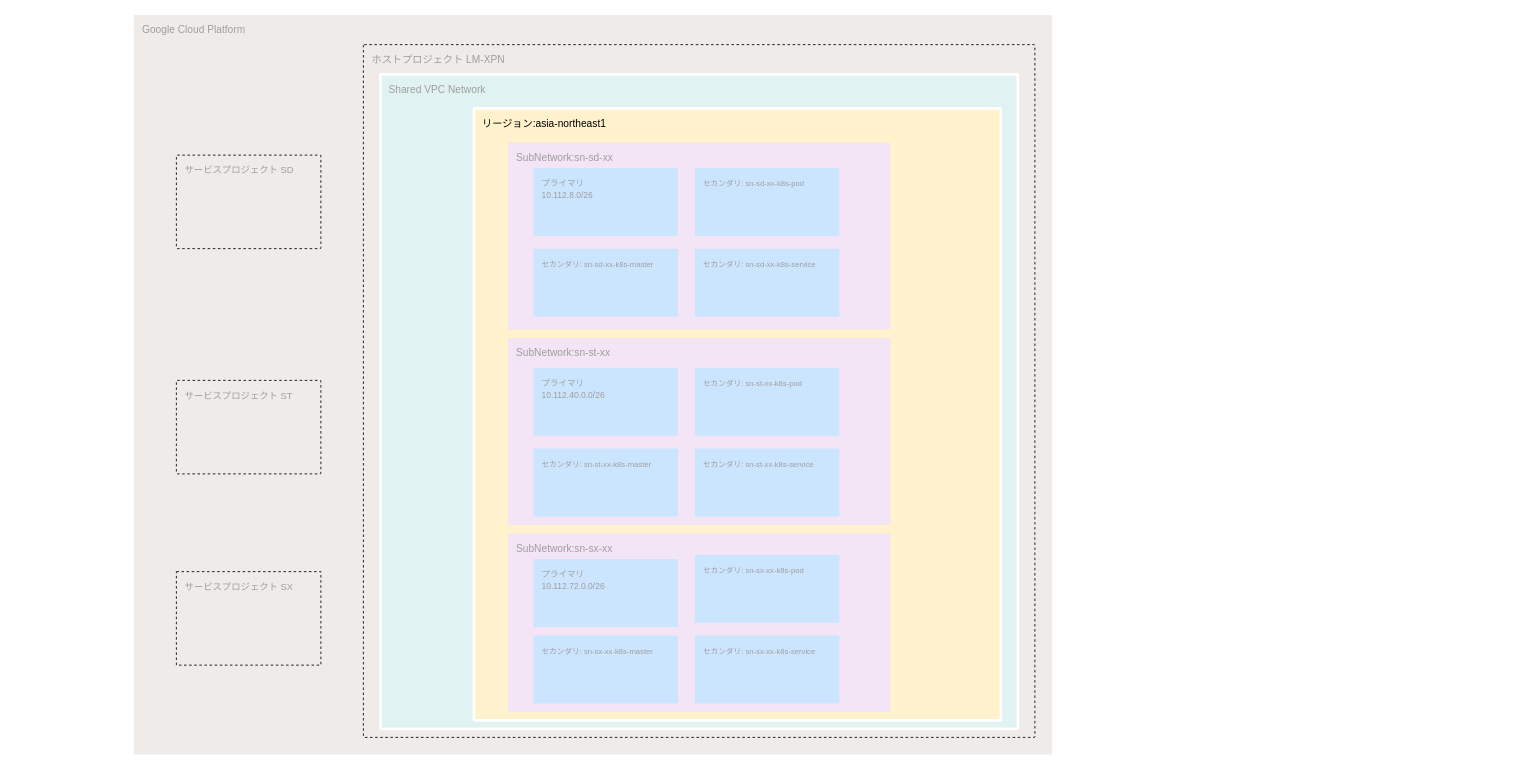
The draw.io diagram page "Diagram" (2 of 2) of Untitled Diagram.drawio in sorisim/diagram, before the edit. Source tidied: cells renumbered, new cells numbered last; positions are measured from the earlier drawing's top-left corner, leaving out a move shared by most shapes. Both pictures are drawn from the tidied source at 85%, with x=0, y=0 at pixel (133, 14).
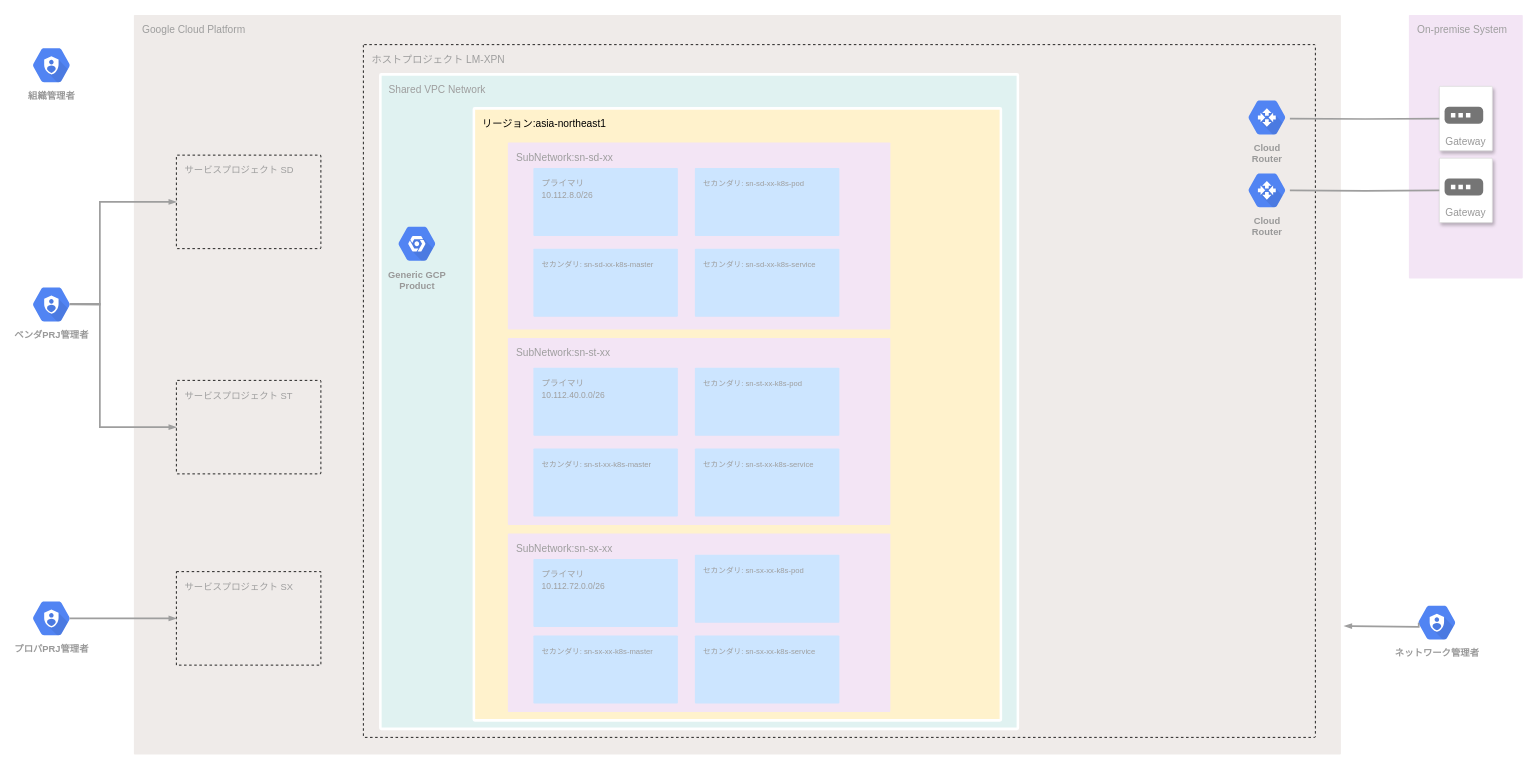
The same page after the edit.

The change refers to these unchanged cells:
```xml
<mxCell id="9" value="&lt;font style=&quot;font-size: 11px&quot;&gt;サービスプロジェクト SD&lt;/font&gt;" style="points=[[0,0,0],[0.25,0,0],[0.5,0,0],[0.75,0,0],[1,0,0],[1,0.25,0],[1,0.5,0],[1,0.75,0],[1,1,0],[0.75,1,0],[0.5,1,0],[0.25,1,0],[0,1,0],[0,0.75,0],[0,0.5,0],[0,0.25,0]];rounded=1;absoluteArcSize=1;arcSize=2;html=1;gradientColor=none;shadow=0;dashed=1;fontSize=12;fontColor=#9E9E9E;align=left;verticalAlign=top;spacing=10;spacingTop=-4;fillColor=none;" parent="1" vertex="1">
  <mxGeometry x="50" y="165" width="170" height="110" as="geometry" />
</mxCell>
<mxCell id="10" value="&lt;font style=&quot;font-size: 11px&quot;&gt;サービスプロジェクト ST&lt;/font&gt;" style="points=[[0,0,0],[0.25,0,0],[0.5,0,0],[0.75,0,0],[1,0,0],[1,0.25,0],[1,0.5,0],[1,0.75,0],[1,1,0],[0.75,1,0],[0.5,1,0],[0.25,1,0],[0,1,0],[0,0.75,0],[0,0.5,0],[0,0.25,0]];rounded=1;absoluteArcSize=1;arcSize=2;html=1;gradientColor=none;shadow=0;dashed=1;fontSize=12;fontColor=#9E9E9E;align=left;verticalAlign=top;spacing=10;spacingTop=-4;fillColor=none;" parent="1" vertex="1">
  <mxGeometry x="50" y="430" width="170" height="110" as="geometry" />
</mxCell>
<mxCell id="11" value="&lt;font style=&quot;font-size: 11px&quot;&gt;サービスプロジェクト SX&lt;/font&gt;" style="points=[[0,0,0],[0.25,0,0],[0.5,0,0],[0.75,0,0],[1,0,0],[1,0.25,0],[1,0.5,0],[1,0.75,0],[1,1,0],[0.75,1,0],[0.5,1,0],[0.25,1,0],[0,1,0],[0,0.75,0],[0,0.5,0],[0,0.25,0]];rounded=0;absoluteArcSize=1;arcSize=28;html=1;gradientColor=none;shadow=0;dashed=1;fontSize=12;fontColor=#9E9E9E;align=left;verticalAlign=top;spacing=10;spacingTop=-4;fillColor=none;" parent="1" vertex="1">
  <mxGeometry x="50" y="655" width="170" height="110" as="geometry" />
</mxCell>
```

Diff of the diagram source:
```diff
@@
     <mxCell id="2" value="Google Cloud Platform" style="rounded=1;absoluteArcSize=1;arcSize=2;html=1;strokeColor=none;gradientColor=none;shadow=0;dashed=0;fontSize=12;fontColor=#9E9E9E;align=left;verticalAlign=top;spacing=10;spacingTop=-4;fillColor=#EFEBE9;" parent="1" vertex="1">
-      <mxGeometry width="1080" height="870" as="geometry" />
+      <mxGeometry width="1420" height="870" as="geometry" />
     </mxCell>
     <mxCell id="3" value="ホストプロジェクト LM-XPN" style="rounded=1;absoluteArcSize=1;arcSize=2;html=1;gradientColor=none;shadow=0;dashed=1;fontSize=12;fontColor=#9E9E9E;align=left;verticalAlign=top;spacing=10;spacingTop=-4;fillColor=none;" parent="1" vertex="1">
-      <mxGeometry x="270" y="35" width="790" height="815" as="geometry" />
+      <mxGeometry x="270" y="35" width="1120" height="815" as="geometry" />
     </mxCell>
@@
+    <mxCell id="24" value="Generic GCP&#10;Product" style="html=1;fillColor=#5184F3;strokeColor=none;verticalAlign=top;labelPosition=center;verticalLabelPosition=bottom;align=center;spacingTop=-6;fontSize=11;fontStyle=1;fontColor=#999999;shape=mxgraph.gcp2.hexIcon;prIcon=placeholder;" parent="1" vertex="1">
+      <mxGeometry x="300" y="240" width="66" height="58.5" as="geometry" />
+    </mxCell>
+    <mxCell id="25" value="組織管理者" style="html=1;fillColor=#5184F3;strokeColor=none;verticalAlign=top;labelPosition=center;verticalLabelPosition=bottom;align=center;spacingTop=-6;fontSize=11;fontStyle=1;fontColor=#999999;shape=mxgraph.gcp2.hexIcon;prIcon=cloud_iam;" parent="1" vertex="1">
+      <mxGeometry x="-130" y="30" width="66" height="58.5" as="geometry" />
+    </mxCell>
+    <mxCell id="26" value="ベンダPRJ管理者" style="html=1;fillColor=#5184F3;strokeColor=none;verticalAlign=top;labelPosition=center;verticalLabelPosition=bottom;align=center;spacingTop=-6;fontSize=11;fontStyle=1;fontColor=#999999;shape=mxgraph.gcp2.hexIcon;prIcon=cloud_iam;" parent="1" vertex="1">
+      <mxGeometry x="-130" y="311.5" width="66" height="58.5" as="geometry" />
+    </mxCell>
+    <mxCell id="27" value="プロパPRJ管理者" style="html=1;fillColor=#5184F3;strokeColor=none;verticalAlign=top;labelPosition=center;verticalLabelPosition=bottom;align=center;spacingTop=-6;fontSize=11;fontStyle=1;fontColor=#999999;shape=mxgraph.gcp2.hexIcon;prIcon=cloud_iam;" parent="1" vertex="1">
+      <mxGeometry x="-130" y="680.8" width="66" height="58.5" as="geometry" />
+    </mxCell>
+    <mxCell id="28" value="ネットワーク管理者" style="html=1;fillColor=#5184F3;strokeColor=none;verticalAlign=top;labelPosition=center;verticalLabelPosition=bottom;align=center;spacingTop=-6;fontSize=11;fontStyle=1;fontColor=#999999;shape=mxgraph.gcp2.hexIcon;prIcon=cloud_iam;" parent="1" vertex="1">
+      <mxGeometry x="1500" y="685.8" width="66" height="58.5" as="geometry" />
+    </mxCell>
+    <mxCell id="29" style="edgeStyle=orthogonalEdgeStyle;fontSize=12;html=1;endArrow=blockThin;endFill=1;rounded=0;strokeWidth=2;endSize=4;startSize=4;dashed=0;strokeColor=#9E9E9E;entryX=0;entryY=0.5;entryDx=0;entryDy=0;entryPerimeter=0;exitX=0.825;exitY=0.5;exitDx=0;exitDy=0;exitPerimeter=0;" parent="1" edge="1" source="27" target="11">
+      <mxGeometry relative="1" as="geometry">
+        <Array as="points">
+          <mxPoint x="10" y="710" />
+          <mxPoint x="10" y="710" />
+        </Array>
+      </mxGeometry>
+    </mxCell>
+    <mxCell id="30" style="edgeStyle=orthogonalEdgeStyle;fontSize=12;html=1;endArrow=blockThin;endFill=1;rounded=0;strokeWidth=2;endSize=4;startSize=4;dashed=0;strokeColor=#9E9E9E;entryX=0;entryY=0.5;entryDx=0;entryDy=0;entryPerimeter=0;exitX=0.825;exitY=0.5;exitDx=0;exitDy=0;exitPerimeter=0;" parent="1" edge="1" target="10">
+      <mxGeometry relative="1" as="geometry">
+        <mxPoint x="-75.5" y="340.1" as="sourcePoint" />
+        <Array as="points">
+          <mxPoint x="-40" y="340" />
+          <mxPoint x="-40" y="485" />
+        </Array>
+      </mxGeometry>
+    </mxCell>
+    <mxCell id="31" style="edgeStyle=orthogonalEdgeStyle;fontSize=12;html=1;endArrow=blockThin;endFill=1;rounded=0;strokeWidth=2;endSize=4;startSize=4;dashed=0;strokeColor=#9E9E9E;entryX=0;entryY=0.5;entryDx=0;entryDy=0;entryPerimeter=0;exitX=0.825;exitY=0.5;exitDx=0;exitDy=0;exitPerimeter=0;" parent="1" edge="1" source="26" target="9">
+      <mxGeometry relative="1" as="geometry">
+        <Array as="points">
+          <mxPoint x="-40" y="341" />
+          <mxPoint x="-40" y="220" />
+        </Array>
+      </mxGeometry>
+    </mxCell>
+    <mxCell id="32" value="Cloud&#10;Router" style="html=1;fillColor=#5184F3;strokeColor=none;verticalAlign=top;labelPosition=center;verticalLabelPosition=bottom;align=center;spacingTop=-6;fontSize=11;fontStyle=1;fontColor=#999999;shape=mxgraph.gcp2.hexIcon;prIcon=cloud_router;" parent="1" vertex="1">
+      <mxGeometry x="1300" y="91.5" width="66" height="58.5" as="geometry" />
+    </mxCell>
+    <mxCell id="33" style="edgeStyle=orthogonalEdgeStyle;fontSize=12;html=1;endArrow=blockThin;endFill=1;rounded=0;strokeWidth=2;endSize=4;startSize=4;dashed=0;strokeColor=#9E9E9E;exitX=0.175;exitY=0.5;exitDx=0;exitDy=0;exitPerimeter=0;" parent="1" edge="1" source="28">
+      <mxGeometry relative="1" as="geometry">
+        <mxPoint x="1424" y="719" as="targetPoint" />
+        <Array as="points">
+          <mxPoint x="1512" y="720" />
+          <mxPoint x="1424" y="720" />
+        </Array>
+      </mxGeometry>
+    </mxCell>
+    <mxCell id="34" value="On-premise System" style="rounded=1;absoluteArcSize=1;arcSize=2;html=1;strokeColor=none;gradientColor=none;shadow=0;dashed=0;fontSize=12;fontColor=#9E9E9E;align=left;verticalAlign=top;spacing=10;spacingTop=-4;fillColor=#F3E5F5;" parent="1" vertex="1">
+      <mxGeometry x="1500" width="134" height="310" as="geometry" />
+    </mxCell>
+    <mxCell id="35" value="Gateway" style="strokeColor=#dddddd;shadow=1;strokeWidth=1;rounded=1;absoluteArcSize=1;arcSize=2;labelPosition=center;verticalLabelPosition=middle;align=center;verticalAlign=bottom;spacingLeft=0;fontColor=#999999;fontSize=12;whiteSpace=wrap;spacingBottom=2;" parent="1" vertex="1">
+      <mxGeometry x="1535.8" y="84.1" width="62.4" height="75.8" as="geometry" />
+    </mxCell>
+    <mxCell id="36" style="dashed=0;html=1;fillColor=#757575;strokeColor=none;shape=mxgraph.gcp2.gateway_icon;" parent="35" vertex="1">
+      <mxGeometry x="0.5" width="45.45" height="20" relative="1" as="geometry">
+        <mxPoint x="-25" y="24" as="offset" />
+      </mxGeometry>
+    </mxCell>
+    <mxCell id="37" value="Gateway" style="strokeColor=#dddddd;shadow=1;strokeWidth=1;rounded=1;absoluteArcSize=1;arcSize=2;labelPosition=center;verticalLabelPosition=middle;align=center;verticalAlign=bottom;spacingLeft=0;fontColor=#999999;fontSize=12;whiteSpace=wrap;spacingBottom=2;" parent="1" vertex="1">
+      <mxGeometry x="1535.8" y="168.6" width="62.4" height="75.8" as="geometry" />
+    </mxCell>
+    <mxCell id="38" style="dashed=0;html=1;fillColor=#757575;strokeColor=none;shape=mxgraph.gcp2.gateway_icon;" parent="37" vertex="1">
+      <mxGeometry x="0.5" width="45.45" height="20" relative="1" as="geometry">
+        <mxPoint x="-25" y="24" as="offset" />
+      </mxGeometry>
+    </mxCell>
+    <mxCell id="39" style="edgeStyle=orthogonalEdgeStyle;fontSize=12;html=1;endArrow=none;endFill=0;rounded=0;strokeWidth=2;endSize=4;startSize=4;dashed=0;strokeColor=#9E9E9E;entryX=0;entryY=0.5;entryDx=0;entryDy=0;" parent="1" edge="1" target="35">
+      <mxGeometry relative="1" as="geometry">
+        <mxPoint x="1360" y="122" as="sourcePoint" />
+      </mxGeometry>
+    </mxCell>
+    <mxCell id="40" style="edgeStyle=orthogonalEdgeStyle;fontSize=12;html=1;endArrow=none;endFill=0;rounded=0;strokeWidth=2;endSize=4;startSize=4;dashed=0;strokeColor=#9E9E9E;entryX=0;entryY=0.5;entryDx=0;entryDy=0;exitX=1;exitY=0.5;exitDx=0;exitDy=0;" parent="1" edge="1" target="37">
+      <mxGeometry relative="1" as="geometry">
+        <mxPoint x="1360" y="206.5" as="sourcePoint" />
+      </mxGeometry>
+    </mxCell>
+    <mxCell id="41" value="Cloud&#10;Router" style="html=1;fillColor=#5184F3;strokeColor=none;verticalAlign=top;labelPosition=center;verticalLabelPosition=bottom;align=center;spacingTop=-6;fontSize=11;fontStyle=1;fontColor=#999999;shape=mxgraph.gcp2.hexIcon;prIcon=cloud_router;" parent="1" vertex="1">
+      <mxGeometry x="1300" y="177.2" width="66" height="58.5" as="geometry" />
+    </mxCell>
```
